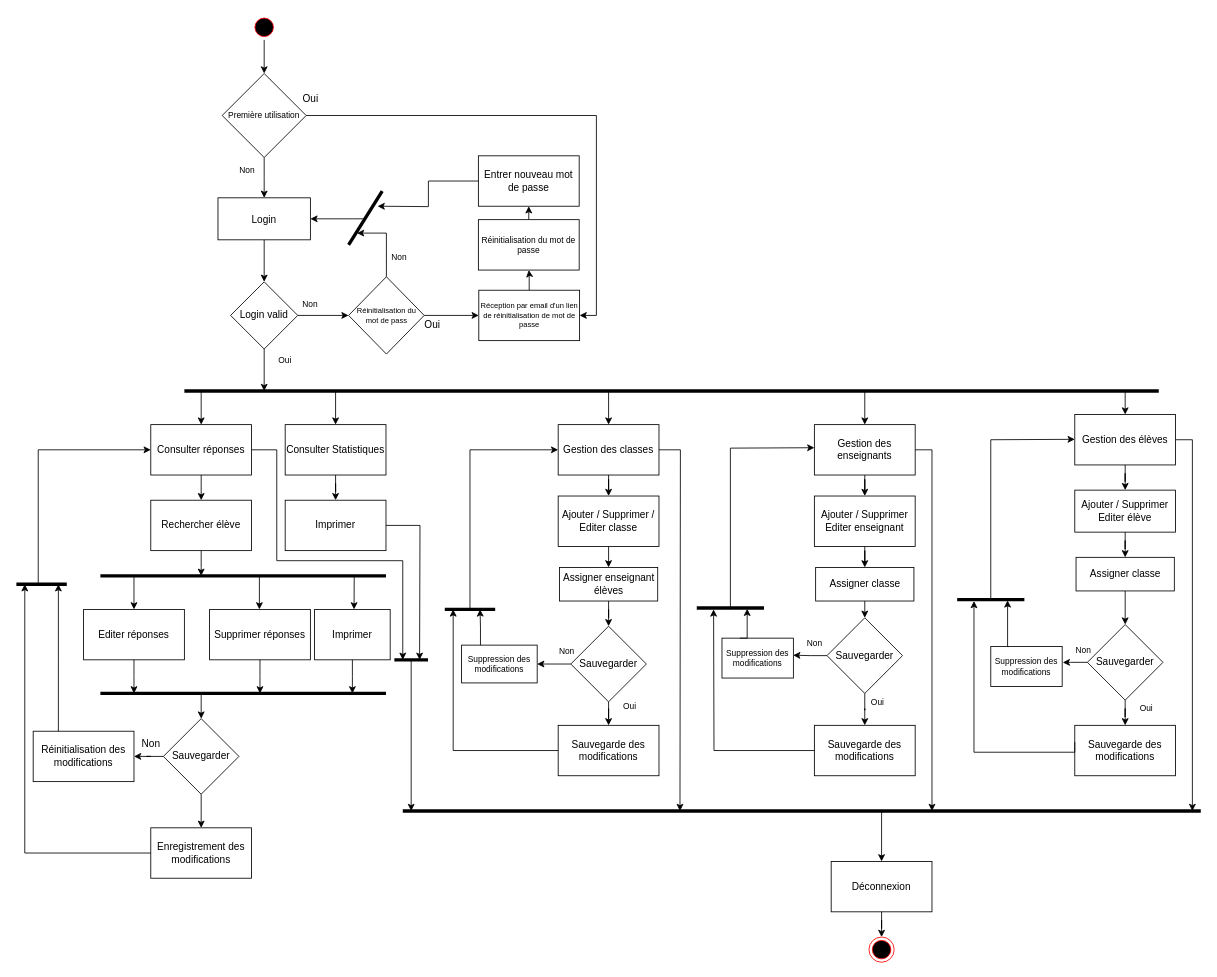
Above: DiagrameDActiviteDirection.drawio in Devetik/Diagrammes (draw.io), before the change. Source tidied: cells renumbered, new cells numbered last; positions are measured from the earlier drawing's top-left corner, leaving out a move shared by most shapes. Both pictures are drawn from the tidied source at 84%, with x=0, y=0 at pixel (16, 14).
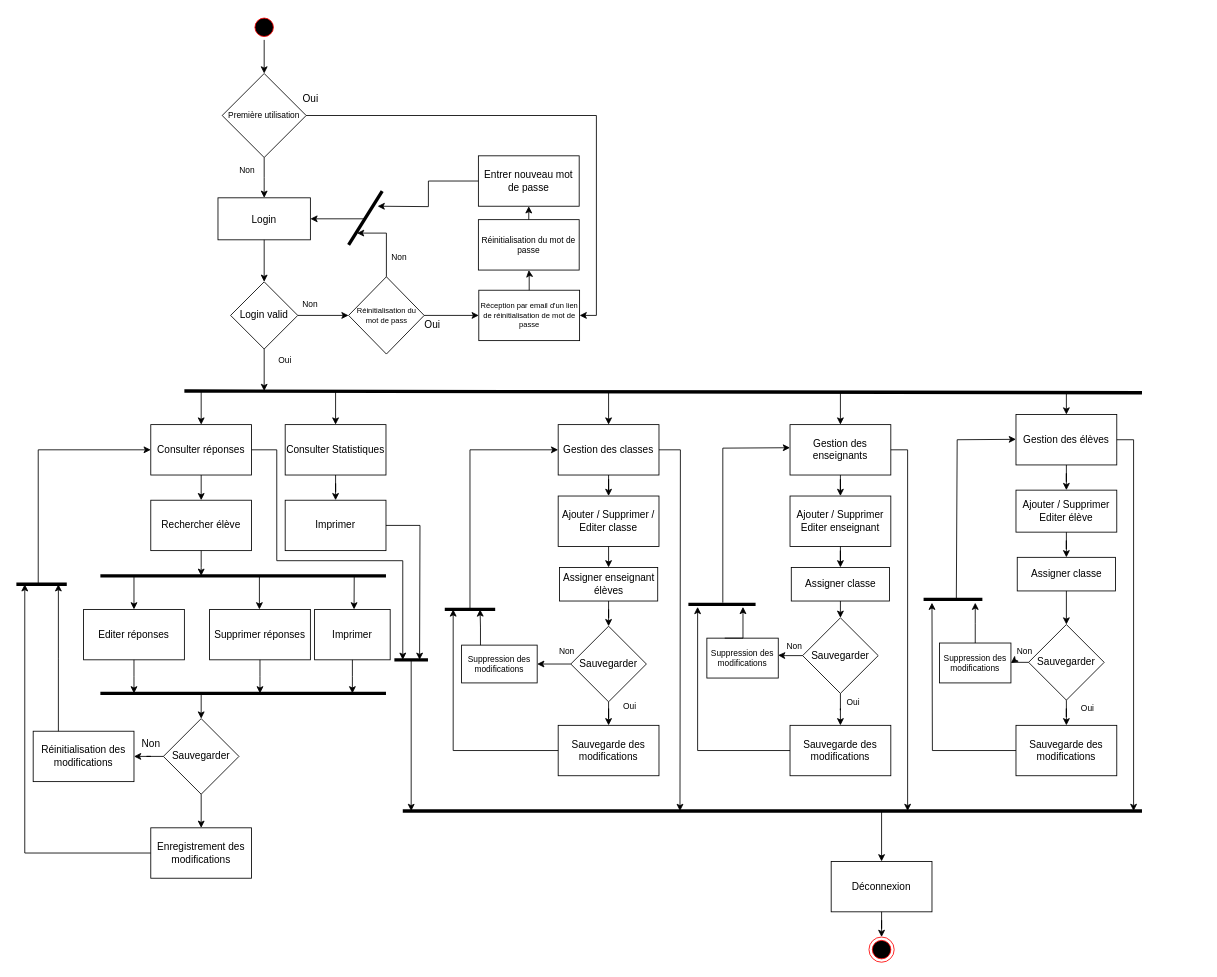
The same diagram, later.

What changed in the source:
```diff
@@
     <mxCell id="6" style="endArrow=none;html=1;rounded=0;strokeWidth=4;" parent="1" edge="1">
       <mxGeometry relative="1" as="geometry">
         <mxPoint x="200" y="448" as="sourcePoint" />
-        <mxPoint x="1360" y="448" as="targetPoint" />
+        <mxPoint x="1340" y="450" as="targetPoint" />
       </mxGeometry>
     </mxCell>
@@
     <mxCell id="39" style="edgeStyle=orthogonalEdgeStyle;rounded=0;jettySize=auto;html=1;fontSize=10;" parent="1" edge="1" source="40">
       <mxGeometry relative="1" as="geometry">
-        <mxPoint x="1090" y="948" as="targetPoint" />
+        <mxPoint x="1061" y="948" as="targetPoint" />
         <Array as="points">
-          <mxPoint x="1090" y="518" />
-          <mxPoint x="1090" y="948" />
+          <mxPoint x="1061" y="518" />
+          <mxPoint x="1061" y="948" />
         </Array>
       </mxGeometry>
     </mxCell>
     <mxCell id="40" value="Gestion des enseignants" style="rounded=0;whiteSpace=wrap;html=1;fillColor=none;" parent="1" vertex="1">
-      <mxGeometry x="950" y="488" width="120" height="60" as="geometry" />
+      <mxGeometry x="921" y="488" width="120" height="60" as="geometry" />
     </mxCell>
@@
     <mxCell id="42" style="edgeStyle=orthogonalEdgeStyle;rounded=0;jettySize=auto;html=1;fontSize=10;" parent="1" edge="1" source="43">
       <mxGeometry relative="1" as="geometry">
-        <mxPoint x="1400" y="948" as="targetPoint" />
+        <mxPoint x="1330" y="948" as="targetPoint" />
         <Array as="points">
-          <mxPoint x="1400" y="506" />
-          <mxPoint x="1400" y="948" />
+          <mxPoint x="1330" y="506" />
+          <mxPoint x="1330" y="948" />
         </Array>
       </mxGeometry>
     </mxCell>
     <mxCell id="43" value="Gestion des élèves" style="rounded=0;whiteSpace=wrap;html=1;fillColor=none;" parent="1" vertex="1">
-      <mxGeometry x="1260" y="476" width="120" height="60" as="geometry" />
+      <mxGeometry x="1190" y="476" width="120" height="60" as="geometry" />
     </mxCell>
@@
     <mxCell id="50" value="Ajouter / Supprimer Editer enseignant" style="whiteSpace=wrap;html=1;fillColor=none;strokeColor=rgb(0, 0, 0);fontColor=rgb(0, 0, 0);rounded=0;" parent="1" vertex="1">
-      <mxGeometry x="950" y="573" width="120" height="60" as="geometry" />
+      <mxGeometry x="921" y="573" width="120" height="60" as="geometry" />
     </mxCell>
@@
     <mxCell id="52" value="Ajouter / Supprimer Editer élève" style="whiteSpace=wrap;html=1;fillColor=none;strokeColor=rgb(0, 0, 0);fontColor=rgb(0, 0, 0);rounded=0;" parent="1" vertex="1">
-      <mxGeometry x="1260" y="566" width="120" height="50" as="geometry" />
+      <mxGeometry x="1190" y="566" width="120" height="50" as="geometry" />
     </mxCell>
@@
     <mxCell id="55" value="Sauvegarder" style="rhombus;whiteSpace=wrap;html=1;fillColor=none;" parent="1" vertex="1">
-      <mxGeometry x="965" y="718" width="90" height="90" as="geometry" />
+      <mxGeometry x="936" y="718" width="90" height="90" as="geometry" />
     </mxCell>
@@
-    <mxCell id="57" style="edgeStyle=orthogonalEdgeStyle;rounded=0;jettySize=auto;html=1;entryX=1.008;entryY=0.398;entryDx=0;entryDy=0;entryPerimeter=0;fontSize=10;" parent="1" edge="1" source="58" target="80">
+    <mxCell id="57" style="edgeStyle=orthogonalEdgeStyle;rounded=0;jettySize=auto;html=1;entryX=1;entryY=0.5;entryDx=0;entryDy=0;" parent="1" edge="1" source="58" target="80">
       <mxGeometry relative="1" as="geometry" />
     </mxCell>
     <mxCell id="58" value="Sauvegarder" style="rhombus;whiteSpace=wrap;html=1;fillColor=none;" parent="1" vertex="1">
-      <mxGeometry x="1275" y="726" width="90" height="90" as="geometry" />
+      <mxGeometry x="1205" y="726" width="90" height="90" as="geometry" />
     </mxCell>
@@
     <mxCell id="61" style="edgeStyle=orthogonalEdgeStyle;rounded=0;jettySize=auto;html=1;fontSize=10;" parent="1" edge="1" source="62">
       <mxGeometry relative="1" as="geometry">
-        <mxPoint x="830" y="708" as="targetPoint" />
+        <mxPoint x="811" y="705" as="targetPoint" />
+        <Array as="points">
+          <mxPoint x="811" y="876" />
+          <mxPoint x="811" y="708" />
+        </Array>
       </mxGeometry>
     </mxCell>
     <mxCell id="62" value="Sauvegarde des modifications" style="whiteSpace=wrap;html=1;fillColor=none;strokeColor=rgb(0, 0, 0);fontColor=rgb(0, 0, 0);" parent="1" vertex="1">
-      <mxGeometry x="950" y="846" width="120" height="60" as="geometry" />
+      <mxGeometry x="921" y="846" width="120" height="60" as="geometry" />
     </mxCell>
+    <mxCell id="127" style="edgeStyle=orthogonalEdgeStyle;rounded=0;jettySize=auto;html=1;" parent="1" edge="1" source="63">
+      <mxGeometry relative="1" as="geometry">
+        <mxPoint x="1090" y="700" as="targetPoint" />
+      </mxGeometry>
+    </mxCell>
     <mxCell id="63" value="Sauvegarde des modifications" style="whiteSpace=wrap;html=1;fillColor=none;strokeColor=rgb(0, 0, 0);fontColor=rgb(0, 0, 0);" parent="1" vertex="1">
-      <mxGeometry x="1260" y="846" width="120" height="60" as="geometry" />
+      <mxGeometry x="1190" y="846" width="120" height="60" as="geometry" />
     </mxCell>
@@
     <mxCell id="65" value="&lt;font style=&quot;font-size: 10px;&quot;&gt;Non&lt;/font&gt;" style="text;html=1;align=center;verticalAlign=middle;strokeColor=none;fillColor=none;" parent="1" vertex="1">
-      <mxGeometry x="935" y="738" width="30" height="20" as="geometry" />
+      <mxGeometry x="911" y="742.2" width="30" height="20" as="geometry" />
     </mxCell>
     <mxCell id="66" value="&lt;font style=&quot;font-size: 10px;&quot;&gt;Non&lt;/font&gt;" style="text;html=1;align=center;verticalAlign=middle;strokeColor=none;fillColor=none;" parent="1" vertex="1">
-      <mxGeometry x="1255" y="746" width="30" height="20" as="geometry" />
+      <mxGeometry x="1185" y="748" width="30" height="20" as="geometry" />
     </mxCell>
@@
     <mxCell id="68" value="&lt;font style=&quot;font-size: 10px;&quot;&gt;Oui&lt;/font&gt;" style="text;html=1;align=center;verticalAlign=middle;strokeColor=none;fillColor=none;" parent="1" vertex="1">
-      <mxGeometry x="1010" y="808" width="30" height="20" as="geometry" />
+      <mxGeometry x="981" y="808" width="30" height="20" as="geometry" />
     </mxCell>
     <mxCell id="69" value="&lt;font style=&quot;font-size: 10px;&quot;&gt;Oui&lt;/font&gt;" style="text;html=1;align=center;verticalAlign=middle;strokeColor=none;fillColor=none;" parent="1" vertex="1">
-      <mxGeometry x="1330" y="816" width="30" height="20" as="geometry" />
+      <mxGeometry x="1260" y="816" width="30" height="20" as="geometry" />
     </mxCell>
@@
     <mxCell id="74" style="edgeStyle=orthogonalEdgeStyle;rounded=0;jettySize=auto;html=1;exitX=0.25;exitY=0;exitDx=0;exitDy=0;fontSize=10;" parent="1" edge="1" source="75">
       <mxGeometry relative="1" as="geometry">
-        <mxPoint x="870" y="707.2" as="targetPoint" />
+        <mxPoint x="865" y="705" as="targetPoint" />
+        <Array as="points">
+          <mxPoint x="865" y="742" />
+        </Array>
       </mxGeometry>
     </mxCell>
     <mxCell id="75" value="Suppression des modifications" style="rounded=0;whiteSpace=wrap;html=1;fontSize=10;fillColor=none;" parent="1" vertex="1">
-      <mxGeometry x="840" y="742.2" width="85" height="47.5" as="geometry" />
+      <mxGeometry x="822" y="742.2" width="85" height="47.5" as="geometry" />
     </mxCell>
     <mxCell id="76" style="endArrow=none;html=1;rounded=0;strokeWidth=4;" parent="1" edge="1">
       <mxGeometry relative="1" as="geometry">
-        <mxPoint x="810" y="706.3" as="sourcePoint" />
-        <mxPoint x="890" y="706.3" as="targetPoint" />
+        <mxPoint x="800" y="702" as="sourcePoint" />
+        <mxPoint x="880" y="702" as="targetPoint" />
       </mxGeometry>
     </mxCell>
     <mxCell id="77" style="endArrow=classic;html=1;rounded=0;fontSize=10;entryX=0;entryY=0.5;entryDx=0;entryDy=0;" parent="1" edge="1">
       <mxGeometry relative="1" as="geometry">
-        <mxPoint x="850" y="708" as="sourcePoint" />
-        <mxPoint x="950" y="515.5" as="targetPoint" />
+        <mxPoint x="841" y="700" as="sourcePoint" />
+        <mxPoint x="921" y="515.5" as="targetPoint" />
         <Array as="points">
-          <mxPoint x="850" y="516" />
+          <mxPoint x="841" y="516" />
         </Array>
       </mxGeometry>
     </mxCell>
-    <mxCell id="78" style="edgeStyle=orthogonalEdgeStyle;rounded=0;orthogonalLoop=1;jettySize=auto;html=1;fontSize=10;" parent="1" edge="1">
-      <mxGeometry relative="1" as="geometry">
-        <mxPoint x="1260" y="866" as="sourcePoint" />
-        <mxPoint x="1140" y="698" as="targetPoint" />
-        <Array as="points">
-          <mxPoint x="1260" y="878" />
-          <mxPoint x="1140" y="878" />
-        </Array>
-      </mxGeometry>
-    </mxCell>
-    <mxCell id="79" style="edgeStyle=orthogonalEdgeStyle;rounded=0;jettySize=auto;html=1;exitX=0.25;exitY=0;exitDx=0;exitDy=0;fontSize=10;" parent="1" edge="1" source="80">
-      <mxGeometry relative="1" as="geometry">
-        <mxPoint x="1180" y="697.2" as="targetPoint" />
-        <Array as="points">
-          <mxPoint x="1180" y="752" />
-        </Array>
-      </mxGeometry>
-    </mxCell>
+    <mxCell id="128" style="edgeStyle=orthogonalEdgeStyle;rounded=0;jettySize=auto;html=1;" parent="1" edge="1" source="80">
+      <mxGeometry relative="1" as="geometry">
+        <mxPoint x="1141.5" y="700" as="targetPoint" />
+      </mxGeometry>
+    </mxCell>
     <mxCell id="80" value="Suppression des modifications" style="rounded=0;whiteSpace=wrap;html=1;fontSize=10;fillColor=none;" parent="1" vertex="1">
-      <mxGeometry x="1160" y="752.2" width="85" height="47.5" as="geometry" />
+      <mxGeometry x="1099" y="748" width="85" height="47.5" as="geometry" />
     </mxCell>
     <mxCell id="81" style="endArrow=none;html=1;rounded=0;strokeWidth=4;" parent="1" edge="1">
       <mxGeometry relative="1" as="geometry">
-        <mxPoint x="1120" y="696.3" as="sourcePoint" />
-        <mxPoint x="1200" y="696.3" as="targetPoint" />
+        <mxPoint x="1080" y="696" as="sourcePoint" />
+        <mxPoint x="1150" y="696" as="targetPoint" />
       </mxGeometry>
     </mxCell>
     <mxCell id="82" style="endArrow=classic;html=1;rounded=0;fontSize=10;entryX=0;entryY=0.5;entryDx=0;entryDy=0;" parent="1" edge="1">
       <mxGeometry relative="1" as="geometry">
-        <mxPoint x="1160" y="698" as="sourcePoint" />
-        <mxPoint x="1260" y="505.5" as="targetPoint" />
+        <mxPoint x="1119" y="695" as="sourcePoint" />
+        <mxPoint x="1190" y="505.5" as="targetPoint" />
         <Array as="points">
-          <mxPoint x="1160" y="506" />
+          <mxPoint x="1120" y="506" />
         </Array>
       </mxGeometry>
     </mxCell>
@@
     <mxCell id="84" value="Assigner classe" style="rounded=0;whiteSpace=wrap;html=1;fontSize=12;fillColor=none;" parent="1" vertex="1">
-      <mxGeometry x="1261.5" y="646" width="117" height="40" as="geometry" />
+      <mxGeometry x="1191.5" y="646" width="117" height="40" as="geometry" />
     </mxCell>
@@
     <mxCell id="86" value="Assigner classe" style="rounded=0;whiteSpace=wrap;html=1;fontSize=12;fillColor=none;" parent="1" vertex="1">
-      <mxGeometry x="951.5" y="658" width="117" height="40" as="geometry" />
+      <mxGeometry x="922.5" y="658" width="117" height="40" as="geometry" />
     </mxCell>
@@
     <mxCell id="90" style="endArrow=classic;html=1;rounded=0;fontSize=10;entryX=0.5;entryY=0;entryDx=0;entryDy=0;" parent="1" edge="1" target="40">
       <mxGeometry relative="1" as="geometry">
-        <mxPoint x="1010" y="448" as="sourcePoint" />
+        <mxPoint x="981" y="448" as="sourcePoint" />
       </mxGeometry>
     </mxCell>
     <mxCell id="91" style="endArrow=classic;html=1;rounded=0;fontSize=10;entryX=0.5;entryY=0;entryDx=0;entryDy=0;" parent="1" edge="1" target="43">
       <mxGeometry relative="1" as="geometry">
-        <mxPoint x="1320" y="448" as="sourcePoint" />
+        <mxPoint x="1250" y="448" as="sourcePoint" />
       </mxGeometry>
     </mxCell>
     <mxCell id="92" style="endArrow=none;html=1;rounded=0;strokeWidth=4;" parent="1" edge="1">
       <mxGeometry relative="1" as="geometry">
         <mxPoint x="460" y="948" as="sourcePoint" />
-        <mxPoint x="1410" y="948" as="targetPoint" />
+        <mxPoint x="1340" y="948" as="targetPoint" />
       </mxGeometry>
     </mxCell>
```
